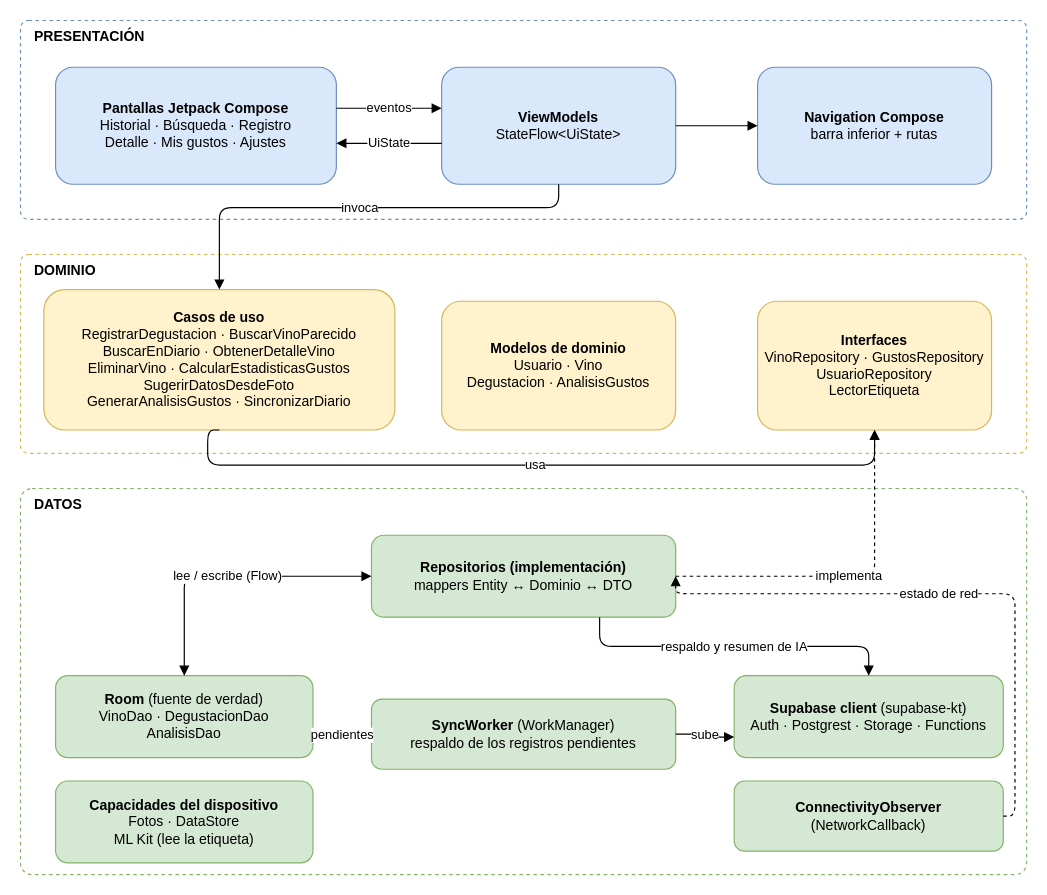
Earlier version of the draw.io diagram page "Arquitectura en capas" (2 of 5) of docs/diagramas/sorbo.drawio (alejogarciabosio/sorbo-app). Source tidied: cells renumbered, new cells numbered last; positions are measured from the earlier drawing's top-left corner, leaving out a move shared by most shapes. Both pictures are drawn from the tidied source at 117%, with x=0, y=0 at pixel (20, 20).
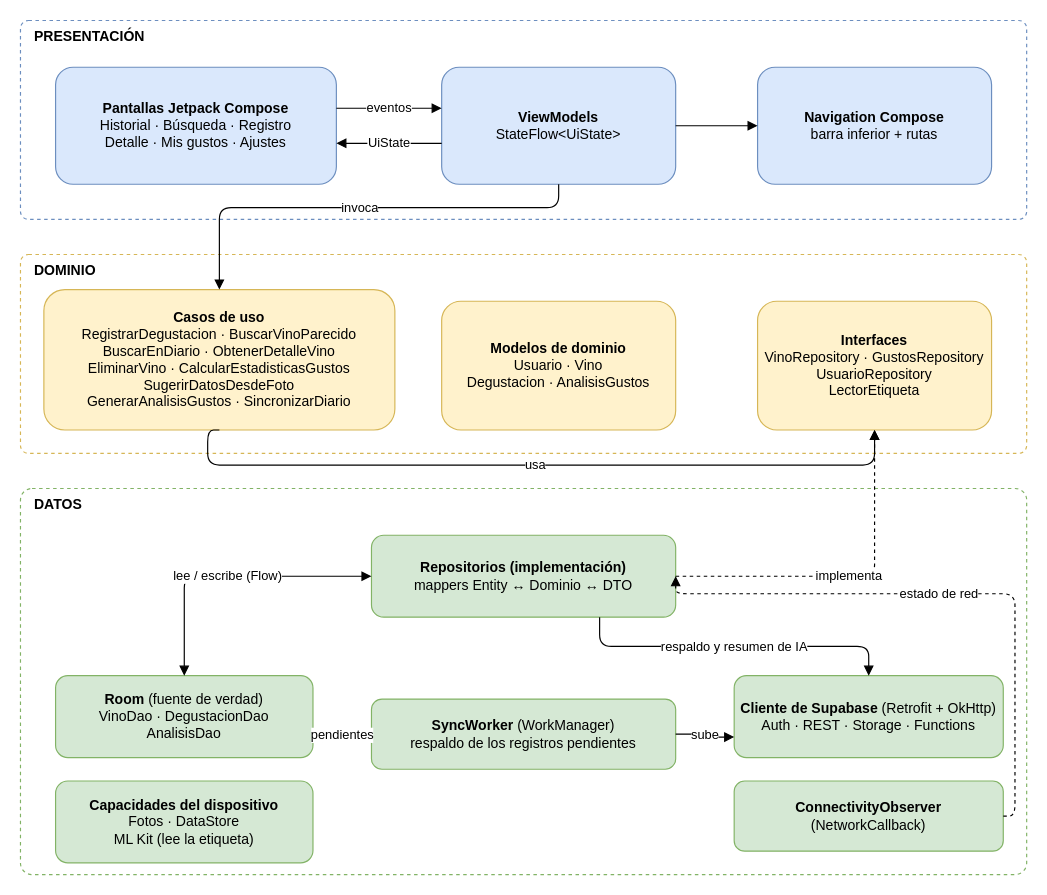
The same diagram, later.

Commit message (it also covers changes not shown here):
docs: usar Retrofit y OkHttp para hablar con Supabase

Diff of the diagram source:
```diff
@@
-    <mxCell id="15" value="&lt;b&gt;Supabase client&lt;/b&gt; (supabase-kt)&lt;br&gt;Auth · Postgrest · Storage · Functions" style="rounded=1;whiteSpace=wrap;html=1;fillColor=#d5e8d4;strokeColor=#82b366;" parent="1" vertex="1">
+    <mxCell id="15" value="&lt;b&gt;Cliente de Supabase&lt;/b&gt; (Retrofit + OkHttp)&lt;br&gt;Auth · REST · Storage · Functions" style="rounded=1;whiteSpace=wrap;html=1;fillColor=#d5e8d4;strokeColor=#82b366;" parent="1" vertex="1">
       <mxGeometry x="610" y="560" width="230" height="70" as="geometry" />
     </mxCell>
```
